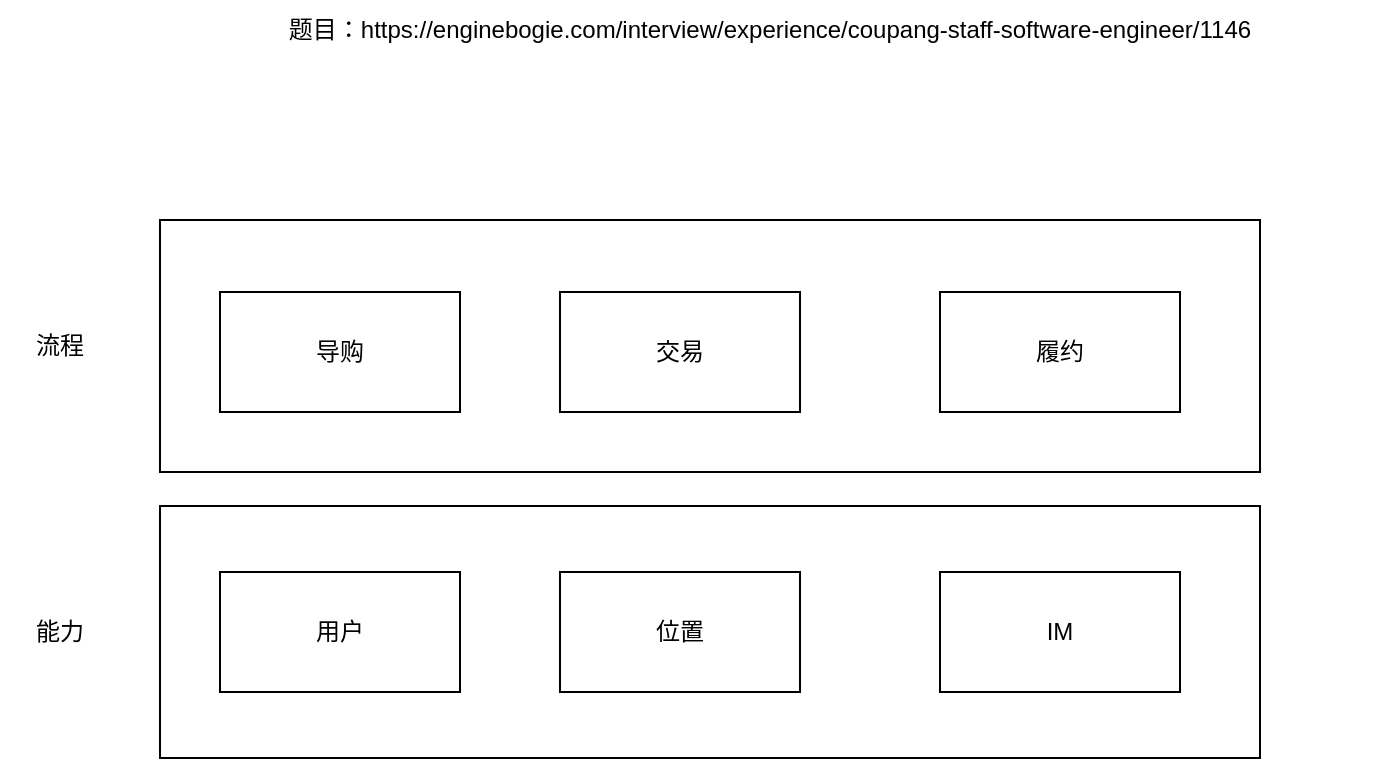
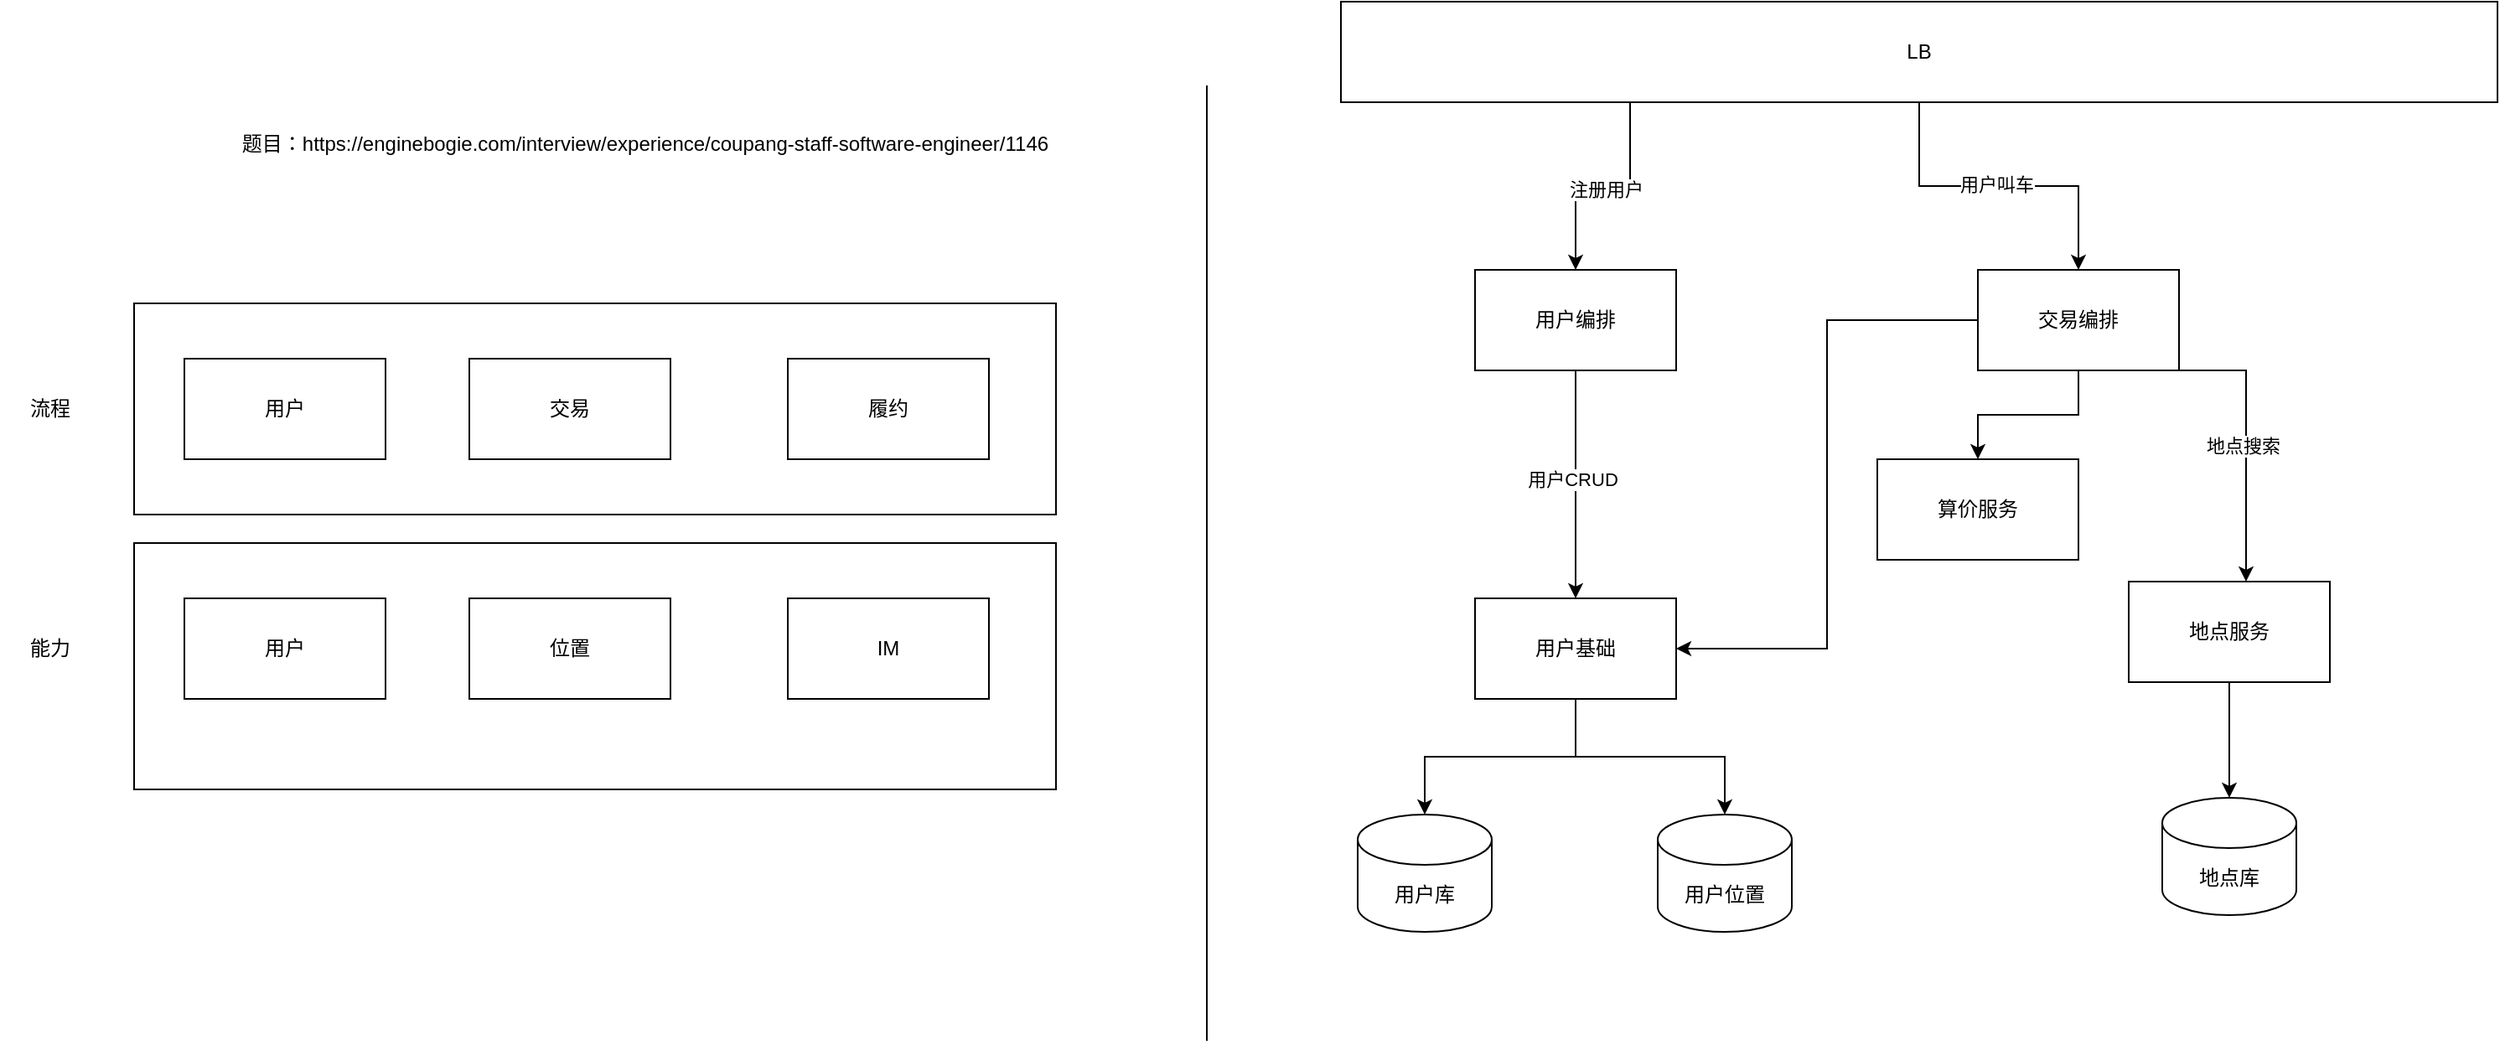
<mxfile host="app.diagrams.net" agent="Mozilla/5.0 (Windows NT 10.0; Win64; x64) AppleWebKit/537.36 (KHTML, like Gecko) draw.io/10.8.0 Chrome/73.0.3683.121 Electron/5.0.4 Safari/537.36">
  <diagram id="dw9DIYGoIQujjZgAUzOq" name="打车应用">
    <mxGraphModel dx="1347" dy="724" grid="1" gridSize="10" guides="1" tooltips="1" connect="1" arrows="1" fold="1" page="1" pageScale="1" pageWidth="1169" pageHeight="827" math="0" shadow="0">
      <root>
        <mxCell id="0" />
        <mxCell id="1" parent="0" />
        <mxCell id="pT7SL0AU2GnrM4RqSykw-17" parent="1" style="rounded=0;whiteSpace=wrap;html=1;" value="" vertex="1">
-           <mxGeometry height="126" width="550" x="180" y="393" as="geometry" />
+           <mxGeometry height="147" width="550" x="180" y="393" as="geometry" />
        </mxCell>
        <mxCell id="pT7SL0AU2GnrM4RqSykw-16" parent="1" style="rounded=0;whiteSpace=wrap;html=1;" value="" vertex="1">
          <mxGeometry height="126" width="550" x="180" y="250" as="geometry" />
        </mxCell>
        <mxCell id="pT7SL0AU2GnrM4RqSykw-1" parent="1" style="text;html=1;whiteSpace=wrap;strokeColor=none;fillColor=none;align=center;verticalAlign=middle;rounded=0;" value="题目：https://enginebogie.com/interview/experience/coupang-staff-software-engineer/1146" vertex="1">
          <mxGeometry height="30" width="610" x="180" y="140" as="geometry" />
        </mxCell>
        <mxCell id="pT7SL0AU2GnrM4RqSykw-5" parent="1" style="rounded=0;whiteSpace=wrap;html=1;" value="位置" vertex="1">
          <mxGeometry height="60" width="120" x="380" y="426" as="geometry" />
        </mxCell>
        <mxCell id="pT7SL0AU2GnrM4RqSykw-6" parent="1" style="rounded=0;whiteSpace=wrap;html=1;" value="交易" vertex="1">
-           <mxGeometry height="60" width="120" x="380" y="286" as="geometry" />
+           <mxGeometry height="60" width="120" x="380" y="283" as="geometry" />
        </mxCell>
        <mxCell id="pT7SL0AU2GnrM4RqSykw-9" parent="1" style="rounded=0;whiteSpace=wrap;html=1;" value="IM" vertex="1">
          <mxGeometry height="60" width="120" x="570" y="426" as="geometry" />
        </mxCell>
        <mxCell id="pT7SL0AU2GnrM4RqSykw-13" parent="1" style="rounded=0;whiteSpace=wrap;html=1;" value="履约" vertex="1">
-           <mxGeometry height="60" width="120" x="570" y="286" as="geometry" />
-         </mxCell>
-         <mxCell id="pT7SL0AU2GnrM4RqSykw-14" parent="1" style="rounded=0;whiteSpace=wrap;html=1;" value="导购" vertex="1">
-           <mxGeometry height="60" width="120" x="210" y="286" as="geometry" />
+           <mxGeometry height="60" width="120" x="570" y="283" as="geometry" />
        </mxCell>
        <mxCell id="pT7SL0AU2GnrM4RqSykw-15" parent="1" style="rounded=0;whiteSpace=wrap;html=1;" value="用户" vertex="1">
          <mxGeometry height="60" width="120" x="210" y="426" as="geometry" />
        </mxCell>
        <mxCell id="pT7SL0AU2GnrM4RqSykw-18" parent="1" style="text;html=1;whiteSpace=wrap;strokeColor=none;fillColor=none;align=center;verticalAlign=middle;rounded=0;" value="流程" vertex="1">
          <mxGeometry height="30" width="60" x="100" y="298" as="geometry" />
        </mxCell>
        <mxCell id="pT7SL0AU2GnrM4RqSykw-19" parent="1" style="text;html=1;whiteSpace=wrap;strokeColor=none;fillColor=none;align=center;verticalAlign=middle;rounded=0;" value="能力" vertex="1">
          <mxGeometry height="30" width="60" x="100" y="441" as="geometry" />
        </mxCell>
+         <mxCell id="qZWEmjuA36gEhOPuAmIH-2" edge="1" parent="1" source="pT7SL0AU2GnrM4RqSykw-28" style="edgeStyle=orthogonalEdgeStyle;rounded=0;orthogonalLoop=1;jettySize=auto;html=1;exitX=0.25;exitY=1;exitDx=0;exitDy=0;" target="qZWEmjuA36gEhOPuAmIH-1">
+           <mxGeometry relative="1" as="geometry" />
+         </mxCell>
+         <mxCell id="qZWEmjuA36gEhOPuAmIH-3" connectable="0" parent="qZWEmjuA36gEhOPuAmIH-2" style="edgeLabel;html=1;align=center;verticalAlign=middle;resizable=0;points=[];" value="注册用户" vertex="1">
+           <mxGeometry relative="1" x="-0.0239" y="2" as="geometry">
+             <mxPoint as="offset" />
+           </mxGeometry>
+         </mxCell>
+         <mxCell id="qZWEmjuA36gEhOPuAmIH-22" edge="1" parent="1" source="pT7SL0AU2GnrM4RqSykw-28" style="edgeStyle=orthogonalEdgeStyle;rounded=0;orthogonalLoop=1;jettySize=auto;html=1;" target="qZWEmjuA36gEhOPuAmIH-21">
+           <mxGeometry relative="1" as="geometry" />
+         </mxCell>
+         <mxCell id="qZWEmjuA36gEhOPuAmIH-23" connectable="0" parent="qZWEmjuA36gEhOPuAmIH-22" style="edgeLabel;html=1;align=center;verticalAlign=middle;resizable=0;points=[];" value="用户叫车" vertex="1">
+           <mxGeometry relative="1" x="-0.0146" y="1" as="geometry">
+             <mxPoint as="offset" />
+           </mxGeometry>
+         </mxCell>
+         <mxCell id="pT7SL0AU2GnrM4RqSykw-28" parent="1" style="rounded=0;whiteSpace=wrap;html=1;" value="LB" vertex="1">
+           <mxGeometry height="60" width="690" x="900" y="70" as="geometry" />
+         </mxCell>
+         <mxCell id="pT7SL0AU2GnrM4RqSykw-35" parent="1" style="rounded=0;whiteSpace=wrap;html=1;" value="用户" vertex="1">
+           <mxGeometry height="60" width="120" x="210" y="283" as="geometry" />
+         </mxCell>
+         <mxCell id="pT7SL0AU2GnrM4RqSykw-44" edge="1" parent="1" style="endArrow=none;html=1;rounded=0;" value="">
+           <mxGeometry height="50" relative="1" width="50" as="geometry">
+             <mxPoint x="820" y="690" as="sourcePoint" />
+             <mxPoint x="820" y="120" as="targetPoint" />
+           </mxGeometry>
+         </mxCell>
+         <mxCell id="qZWEmjuA36gEhOPuAmIH-14" edge="1" parent="1" source="qZWEmjuA36gEhOPuAmIH-1" style="edgeStyle=orthogonalEdgeStyle;rounded=0;orthogonalLoop=1;jettySize=auto;html=1;" target="qZWEmjuA36gEhOPuAmIH-6">
+           <mxGeometry relative="1" as="geometry" />
+         </mxCell>
+         <mxCell id="qZWEmjuA36gEhOPuAmIH-15" connectable="0" parent="qZWEmjuA36gEhOPuAmIH-14" style="edgeLabel;html=1;align=center;verticalAlign=middle;resizable=0;points=[];" value="用户CRUD" vertex="1">
+           <mxGeometry relative="1" x="0.0174" y="-4" as="geometry">
+             <mxPoint x="2" y="-4" as="offset" />
+           </mxGeometry>
+         </mxCell>
+         <mxCell id="qZWEmjuA36gEhOPuAmIH-1" parent="1" style="rounded=0;whiteSpace=wrap;html=1;" value="用户编排" vertex="1">
+           <mxGeometry height="60" width="120" x="980" y="230" as="geometry" />
+         </mxCell>
+         <mxCell id="qZWEmjuA36gEhOPuAmIH-30" edge="1" parent="1" source="qZWEmjuA36gEhOPuAmIH-6" style="edgeStyle=orthogonalEdgeStyle;rounded=0;orthogonalLoop=1;jettySize=auto;html=1;" target="qZWEmjuA36gEhOPuAmIH-29">
+           <mxGeometry relative="1" as="geometry" />
+         </mxCell>
+         <mxCell id="qZWEmjuA36gEhOPuAmIH-31" edge="1" parent="1" source="qZWEmjuA36gEhOPuAmIH-6" style="edgeStyle=orthogonalEdgeStyle;rounded=0;orthogonalLoop=1;jettySize=auto;html=1;" target="qZWEmjuA36gEhOPuAmIH-17">
+           <mxGeometry relative="1" as="geometry" />
+         </mxCell>
+         <mxCell id="qZWEmjuA36gEhOPuAmIH-6" parent="1" style="rounded=0;whiteSpace=wrap;html=1;" value="用户基础" vertex="1">
+           <mxGeometry height="60" width="120" x="980" y="426" as="geometry" />
+         </mxCell>
+         <mxCell id="qZWEmjuA36gEhOPuAmIH-17" parent="1" style="shape=cylinder3;whiteSpace=wrap;html=1;boundedLbl=1;backgroundOutline=1;size=15;" value="用户库" vertex="1">
+           <mxGeometry height="70" width="80" x="910" y="555" as="geometry" />
+         </mxCell>
+         <mxCell id="qZWEmjuA36gEhOPuAmIH-24" edge="1" parent="1" source="qZWEmjuA36gEhOPuAmIH-21" style="edgeStyle=orthogonalEdgeStyle;rounded=0;orthogonalLoop=1;jettySize=auto;html=1;exitX=1;exitY=0.5;exitDx=0;exitDy=0;" target="qZWEmjuA36gEhOPuAmIH-27">
+           <mxGeometry relative="1" as="geometry">
+             <Array as="points">
+               <mxPoint x="1400" y="290" />
+               <mxPoint x="1440" y="290" />
+             </Array>
+           </mxGeometry>
+         </mxCell>
+         <mxCell id="qZWEmjuA36gEhOPuAmIH-25" connectable="0" parent="qZWEmjuA36gEhOPuAmIH-24" style="edgeLabel;html=1;align=center;verticalAlign=middle;resizable=0;points=[];" value="地点搜索" vertex="1">
+           <mxGeometry relative="1" x="0.1719" y="-2" as="geometry">
+             <mxPoint as="offset" />
+           </mxGeometry>
+         </mxCell>
+         <mxCell id="qZWEmjuA36gEhOPuAmIH-32" edge="1" parent="1" source="qZWEmjuA36gEhOPuAmIH-21" style="edgeStyle=orthogonalEdgeStyle;rounded=0;orthogonalLoop=1;jettySize=auto;html=1;entryX=1;entryY=0.5;entryDx=0;entryDy=0;" target="qZWEmjuA36gEhOPuAmIH-6">
+           <mxGeometry relative="1" as="geometry" />
+         </mxCell>
+         <mxCell id="qZWEmjuA36gEhOPuAmIH-35" edge="1" parent="1" source="qZWEmjuA36gEhOPuAmIH-21" style="edgeStyle=orthogonalEdgeStyle;rounded=0;orthogonalLoop=1;jettySize=auto;html=1;" target="qZWEmjuA36gEhOPuAmIH-34">
+           <mxGeometry relative="1" as="geometry" />
+         </mxCell>
+         <mxCell id="qZWEmjuA36gEhOPuAmIH-21" parent="1" style="rounded=0;whiteSpace=wrap;html=1;" value="交易编排" vertex="1">
+           <mxGeometry height="60" width="120" x="1280" y="230" as="geometry" />
+         </mxCell>
+         <mxCell id="qZWEmjuA36gEhOPuAmIH-26" edge="1" parent="1" source="qZWEmjuA36gEhOPuAmIH-27" style="edgeStyle=orthogonalEdgeStyle;rounded=0;orthogonalLoop=1;jettySize=auto;html=1;" target="qZWEmjuA36gEhOPuAmIH-28">
+           <mxGeometry relative="1" as="geometry" />
+         </mxCell>
+         <mxCell id="qZWEmjuA36gEhOPuAmIH-27" parent="1" style="rounded=0;whiteSpace=wrap;html=1;" value="地点服务" vertex="1">
+           <mxGeometry height="60" width="120" x="1370" y="416" as="geometry" />
+         </mxCell>
+         <mxCell id="qZWEmjuA36gEhOPuAmIH-28" parent="1" style="shape=cylinder3;whiteSpace=wrap;html=1;boundedLbl=1;backgroundOutline=1;size=15;" value="地点库" vertex="1">
+           <mxGeometry height="70" width="80" x="1390" y="545" as="geometry" />
+         </mxCell>
+         <mxCell id="qZWEmjuA36gEhOPuAmIH-29" parent="1" style="shape=cylinder3;whiteSpace=wrap;html=1;boundedLbl=1;backgroundOutline=1;size=15;" value="用户位置" vertex="1">
+           <mxGeometry height="70" width="80" x="1089" y="555" as="geometry" />
+         </mxCell>
+         <mxCell id="qZWEmjuA36gEhOPuAmIH-34" parent="1" style="rounded=0;whiteSpace=wrap;html=1;" value="算价服务" vertex="1">
+           <mxGeometry height="60" width="120" x="1220" y="343" as="geometry" />
+         </mxCell>
      </root>
    </mxGraphModel>
  </diagram>
</mxfile>
